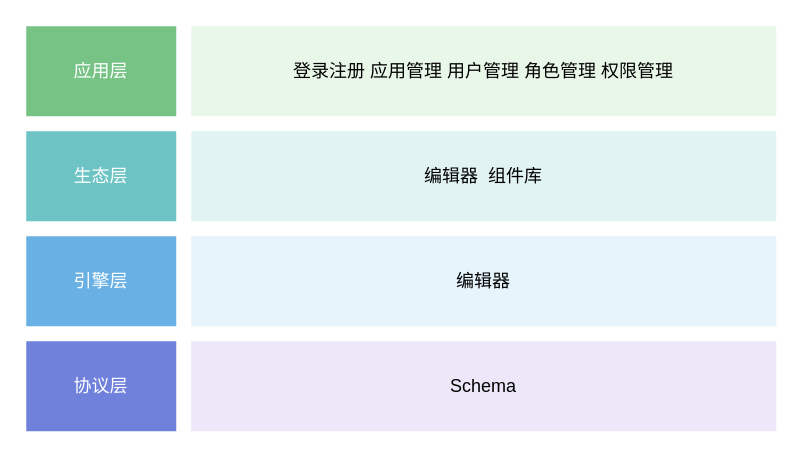
The draw.io diagram 前端版块架构图.drawio in object-kaz/cpplearn, before the edit. Source tidied: cells renumbered, new cells numbered last; positions are measured from the earlier drawing's top-left corner, leaving out a move shared by most shapes. Both pictures are drawn from the tidied source at 150%, with x=0, y=0 at pixel (26, 26).
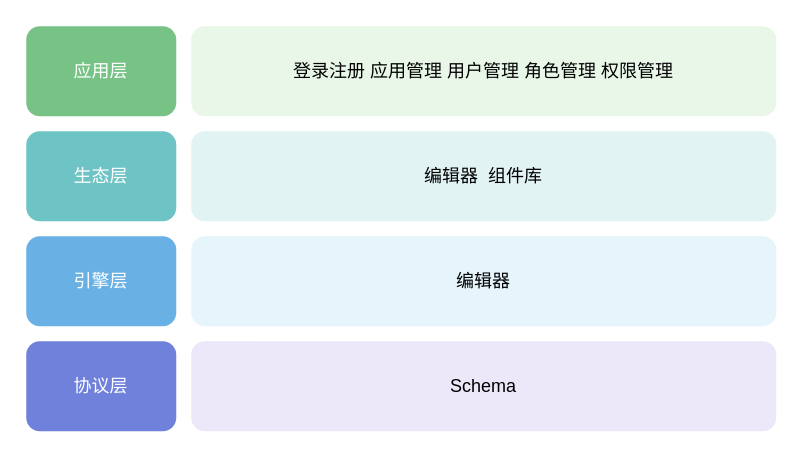
After the change.

Commit message (it also covers changes not shown here):
更新前端版块架构图.drawio

Diff of the diagram source:
```diff
@@
 <mxGraphModel>
   <root>
     <mxCell id="0" />
     <mxCell id="1" parent="0" />
-    <mxCell id="2" value="Schema" style="rounded=0;whiteSpace=wrap;html=1;strokeColor=none;fillColor=#ece7f9;" parent="1" vertex="1">
+    <mxCell id="2" value="Schema" style="rounded=1;whiteSpace=wrap;html=1;strokeColor=none;fillColor=#ece7f9;glass=0;shadow=0;" parent="1" vertex="1">
       <mxGeometry x="110" y="210" width="390" height="60" as="geometry" />
     </mxCell>
-    <mxCell id="3" value="协议层" style="rounded=0;whiteSpace=wrap;html=1;fillColor=#6f81db;strokeColor=none;fontColor=#FFFFFF;" parent="1" vertex="1">
+    <mxCell id="3" value="协议层" style="rounded=1;whiteSpace=wrap;html=1;fillColor=#6f81db;strokeColor=none;fontColor=#FFFFFF;glass=0;shadow=0;" parent="1" vertex="1">
       <mxGeometry y="210" width="100" height="60" as="geometry" />
     </mxCell>
-    <mxCell id="4" value="编辑器" style="rounded=0;whiteSpace=wrap;html=1;strokeColor=none;fillColor=#e6f4fc;" parent="1" vertex="1">
+    <mxCell id="4" value="编辑器" style="rounded=1;whiteSpace=wrap;html=1;strokeColor=none;fillColor=#e6f4fc;glass=0;shadow=0;" parent="1" vertex="1">
       <mxGeometry x="110" y="140" width="390" height="60" as="geometry" />
     </mxCell>
-    <mxCell id="5" value="引擎层" style="rounded=0;whiteSpace=wrap;html=1;fillColor=#69b1e4;strokeColor=none;fontColor=#FFFFFF;" parent="1" vertex="1">
+    <mxCell id="5" value="引擎层" style="rounded=1;whiteSpace=wrap;html=1;fillColor=#69b1e4;strokeColor=none;fontColor=#FFFFFF;glass=0;shadow=0;" parent="1" vertex="1">
       <mxGeometry y="140" width="100" height="60" as="geometry" />
     </mxCell>
-    <mxCell id="6" value="编辑器&lt;span style=&quot;white-space: pre;&quot;&gt; &lt;/span&gt;&lt;span style=&quot;white-space: pre;&quot;&gt; &lt;/span&gt;组件库" style="rounded=0;whiteSpace=wrap;html=1;strokeColor=none;fillColor=#e2f3f3;" parent="1" vertex="1">
+    <mxCell id="6" value="编辑器&lt;span style=&quot;white-space: pre;&quot;&gt; &lt;/span&gt;&lt;span style=&quot;white-space: pre;&quot;&gt; &lt;/span&gt;组件库" style="rounded=1;whiteSpace=wrap;html=1;strokeColor=none;fillColor=#e2f3f3;glass=0;shadow=0;" parent="1" vertex="1">
       <mxGeometry x="110" y="70" width="390" height="60" as="geometry" />
     </mxCell>
-    <mxCell id="7" value="生态层" style="rounded=0;whiteSpace=wrap;html=1;fillColor=#6ec4c4;strokeColor=none;fontColor=#FFFFFF;" parent="1" vertex="1">
+    <mxCell id="7" value="生态层" style="rounded=1;whiteSpace=wrap;html=1;fillColor=#6ec4c4;strokeColor=none;fontColor=#FFFFFF;glass=0;shadow=0;" parent="1" vertex="1">
       <mxGeometry y="70" width="100" height="60" as="geometry" />
     </mxCell>
-    <mxCell id="8" value="登录注册&lt;span style=&quot;white-space: pre;&quot;&gt; &lt;/span&gt;应用管理&lt;span style=&quot;white-space: pre;&quot;&gt; &lt;/span&gt;用户管理&lt;span style=&quot;white-space: pre;&quot;&gt; &lt;/span&gt;角色管理&lt;span style=&quot;white-space: pre;&quot;&gt; &lt;/span&gt;权限管理" style="rounded=0;whiteSpace=wrap;html=1;strokeColor=none;fillColor=#e9f7e9;" parent="1" vertex="1">
+    <mxCell id="8" value="登录注册&lt;span style=&quot;white-space: pre;&quot;&gt; &lt;/span&gt;应用管理&lt;span style=&quot;white-space: pre;&quot;&gt; &lt;/span&gt;用户管理&lt;span style=&quot;white-space: pre;&quot;&gt; &lt;/span&gt;角色管理&lt;span style=&quot;white-space: pre;&quot;&gt; &lt;/span&gt;权限管理" style="rounded=1;whiteSpace=wrap;html=1;strokeColor=none;fillColor=#e9f7e9;glass=0;shadow=0;" parent="1" vertex="1">
       <mxGeometry x="110" width="390" height="60" as="geometry" />
     </mxCell>
-    <mxCell id="9" value="应用层" style="rounded=0;whiteSpace=wrap;html=1;fillColor=#77c386;strokeColor=none;fontColor=#FFFFFF;" parent="1" vertex="1">
+    <mxCell id="9" value="应用层" style="rounded=1;whiteSpace=wrap;html=1;fillColor=#77c386;strokeColor=none;fontColor=#FFFFFF;glass=0;shadow=0;" parent="1" vertex="1">
       <mxGeometry width="100" height="60" as="geometry" />
     </mxCell>
   </root>
 </mxGraphModel>
```
